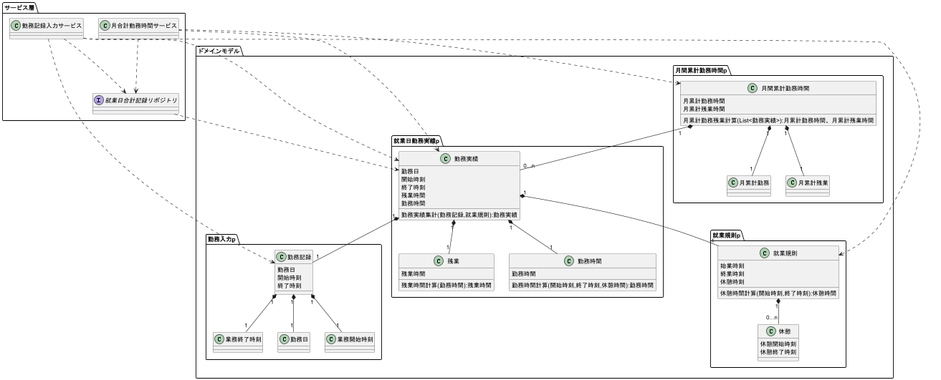
Earlier version of the PlantUML export etc/model/kintaiDomain.png (biglobe-isp/kintai). Source of this version:
```plantuml
@startuml kintaiDomain
package ドメインモデル{
    package 就業日勤務実績p{
        class 勤務実績{
            勤務日
            開始時刻
            終了時刻
            残業時間
            勤務時間
            勤務実績集計(勤務記録,就業規則):勤務実績
        }
        class 残業{
            残業時間
            残業時間計算(勤務時間):残業時間
        }
        class 勤務時間{
            勤務時間
            勤務時間計算(開始時刻,終了時刻,休憩時間):勤務時間
        }

    }
    package 勤務入力p{
        class 勤務記録{
            勤務日
            開始時刻
            終了時刻
        }
        class 勤務日{
         }
        class 業務開始時刻{
         }
        class 業務終了時刻{
        }
    }
    package 就業規則p{
        class 就業規則{
            始業時刻
            終業時刻
            休憩時刻

            休憩時間計算(開始時刻,終了時刻):休憩時間
        }

        class 休憩{
            休憩開始時刻
            休憩終了時刻
        }

    }


    package 月間累計勤務時間p {
        class 月間累計勤務時間{
            月累計勤務時間
            月累計残業時間
            月累計勤務残業計算(List<勤務実績>):月累計勤務時間、月累計残業時間
        }
        class 月累計勤務{
        }
        class 月累計残業{
        }
    }
    勤務実績 "1" *-- "1" 勤務時間
    勤務実績 "1" *-- "1" 残業
    勤務実績 "1" *-- "1" 就業規則
    勤務実績 "1" *-- "1" 勤務記録

    就業規則 "1" *-- "0...n" 休憩

    勤務記録 "1" *-- "1" 勤務日
    勤務記録 "1" *-- "1" 業務開始時刻
    勤務記録 "1" *-- "1" 業務終了時刻

    月間累計勤務時間 "1" *-- "0...n"勤務実績
    月間累計勤務時間 "1" *-- "1" 月累計勤務
    月間累計勤務時間 "1" *-- "1" 月累計残業
}
package サービス層{
    class 勤務記録入力サービス{

    }
    interface 就業日合計記録リポジトリ{

    }
    class 月合計勤務時間サービス{
    }

    勤務記録入力サービス ..> 勤務実績
    勤務記録入力サービス ..> 就業日合計記録リポジトリ
    勤務記録入力サービス ..> 勤務記録
    勤務記録入力サービス ..> 就業規則
    就業日合計記録リポジトリ ..> 勤務実績
    月合計勤務時間サービス ..> 就業日合計記録リポジトリ
    月合計勤務時間サービス ..> 月間累計勤務時間
    月合計勤務時間サービス ..> 勤務実績

}
@enduml
```
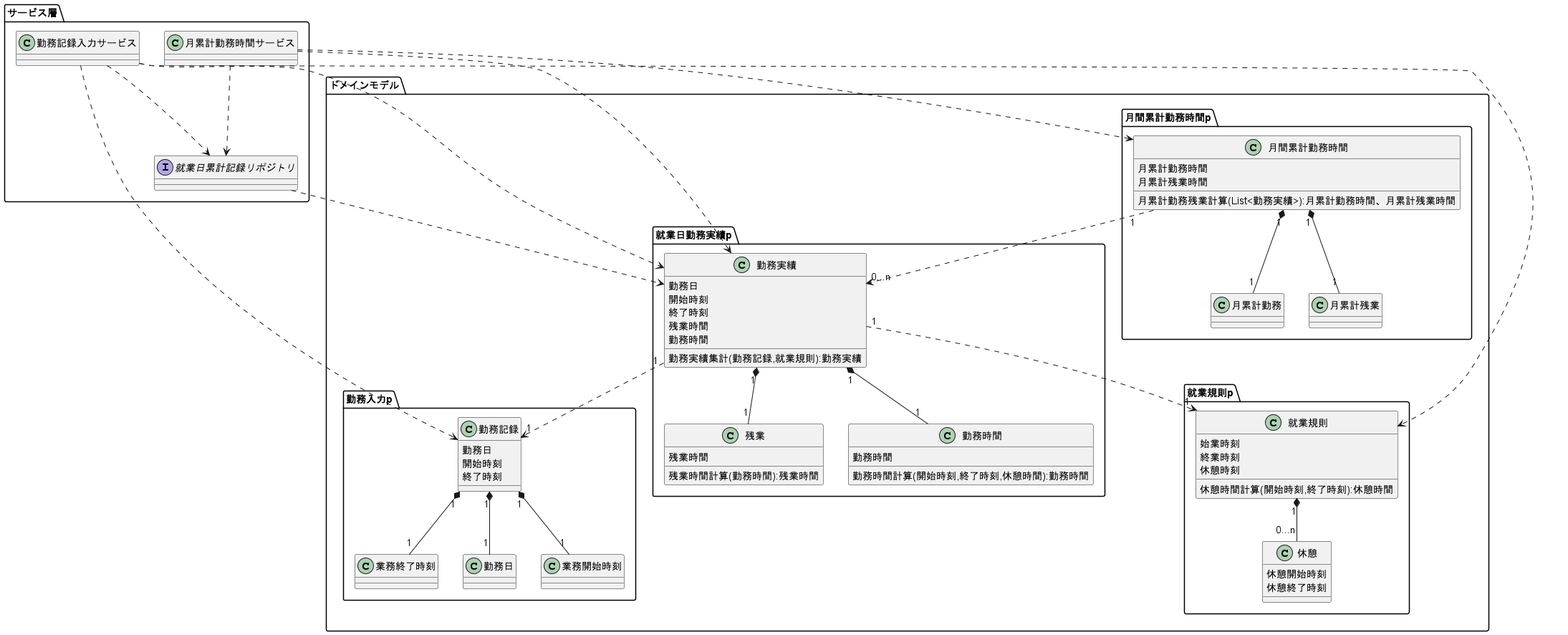
After the commit.

What changed in the source:
```diff
@@ -48,7 +48,6 @@
 
     }
 
-
     package 月間累計勤務時間p {
         class 月間累計勤務時間{
             月累計勤務時間
@@ -62,8 +61,8 @@
     }
     勤務実績 "1" *-- "1" 勤務時間
     勤務実績 "1" *-- "1" 残業
-    勤務実績 "1" *-- "1" 就業規則
-    勤務実績 "1" *-- "1" 勤務記録
+    勤務実績 "1" ..> "1" 就業規則
+    勤務実績 "1" ..> "1" 勤務記録
 
     就業規則 "1" *-- "0...n" 休憩
 
@@ -71,7 +70,7 @@
     勤務記録 "1" *-- "1" 業務開始時刻
     勤務記録 "1" *-- "1" 業務終了時刻
 
-    月間累計勤務時間 "1" *-- "0...n"勤務実績
+    月間累計勤務時間 "1" ..> "0...n"勤務実績
     月間累計勤務時間 "1" *-- "1" 月累計勤務
     月間累計勤務時間 "1" *-- "1" 月累計残業
 }
@@ -79,20 +78,20 @@
     class 勤務記録入力サービス{
 
     }
-    interface 就業日合計記録リポジトリ{
+    interface 就業日累計記録リポジトリ{
 
     }
-    class 月合計勤務時間サービス{
+    class 月累計勤務時間サービス{
     }
 
     勤務記録入力サービス ..> 勤務実績
-    勤務記録入力サービス ..> 就業日合計記録リポジトリ
+    勤務記録入力サービス ..> 就業日累計記録リポジトリ
     勤務記録入力サービス ..> 勤務記録
     勤務記録入力サービス ..> 就業規則
-    就業日合計記録リポジトリ ..> 勤務実績
-    月合計勤務時間サービス ..> 就業日合計記録リポジトリ
-    月合計勤務時間サービス ..> 月間累計勤務時間
-    月合計勤務時間サービス ..> 勤務実績
+    就業日累計記録リポジトリ ..> 勤務実績
+    月累計勤務時間サービス ..> 就業日累計記録リポジトリ
+    月累計勤務時間サービス ..> 月間累計勤務時間
+    月累計勤務時間サービス ..> 勤務実績
 
 }
 @enduml
```
